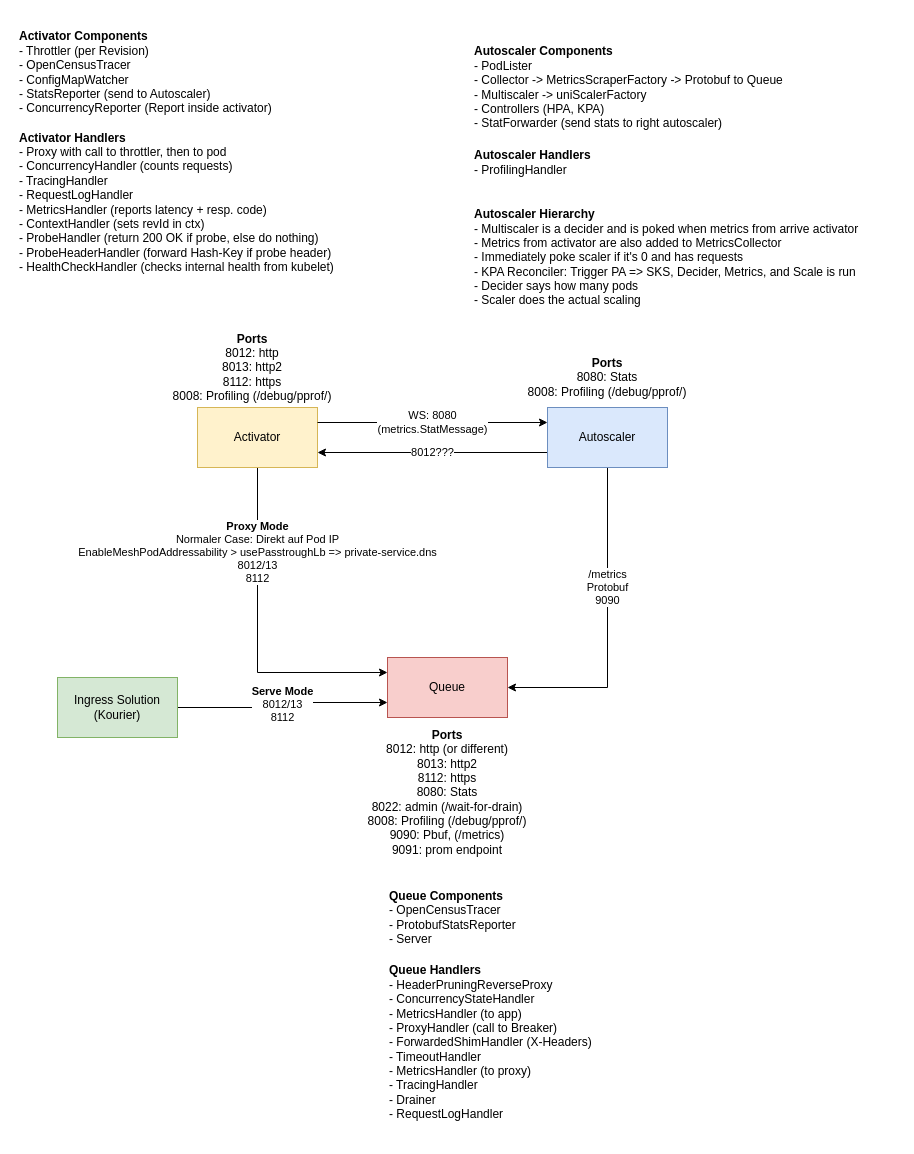
ReToCode/diagrams keeps this draw.io diagram as knative/communication_knative_components.drawio. Above is the earlier version. Source tidied: cells renumbered, new cells numbered last; positions are measured from the earlier drawing's top-left corner, leaving out a move shared by most shapes. Both pictures are drawn from the tidied source at 100%, with x=0, y=0 at pixel (17, 17).
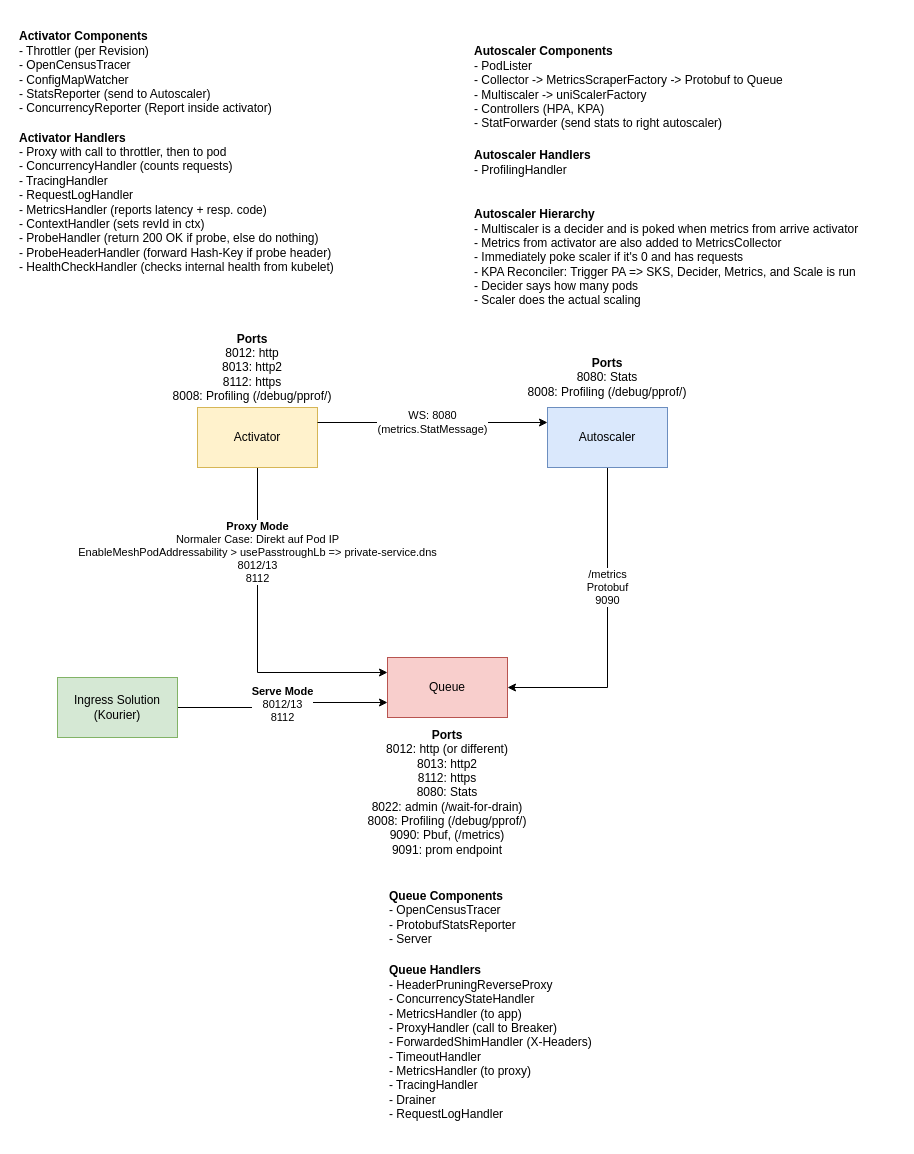
The same page after the edit.

Unchanged cells that the change refers to:
```xml
<mxCell id="3" value="Activator" style="rounded=0;whiteSpace=wrap;html=1;fillColor=#fff2cc;strokeColor=#d6b656;" parent="1" vertex="1">
  <mxGeometry x="180" y="390" width="120" height="60" as="geometry" />
</mxCell>
<mxCell id="7" value="Autoscaler" style="rounded=0;whiteSpace=wrap;html=1;fillColor=#dae8fc;strokeColor=#6c8ebf;" parent="1" vertex="1">
  <mxGeometry x="530" y="390" width="120" height="60" as="geometry" />
</mxCell>
```

What changed in the source:
```diff
@@
-    <mxCell id="6" value="8012???" style="edgeStyle=orthogonalEdgeStyle;rounded=0;jettySize=auto;html=1;entryX=1;entryY=0.75;entryDx=0;entryDy=0;exitX=0;exitY=0.75;exitDx=0;exitDy=0;" parent="1" edge="1" source="7" target="3">
-      <mxGeometry relative="1" as="geometry" />
-    </mxCell>
```
